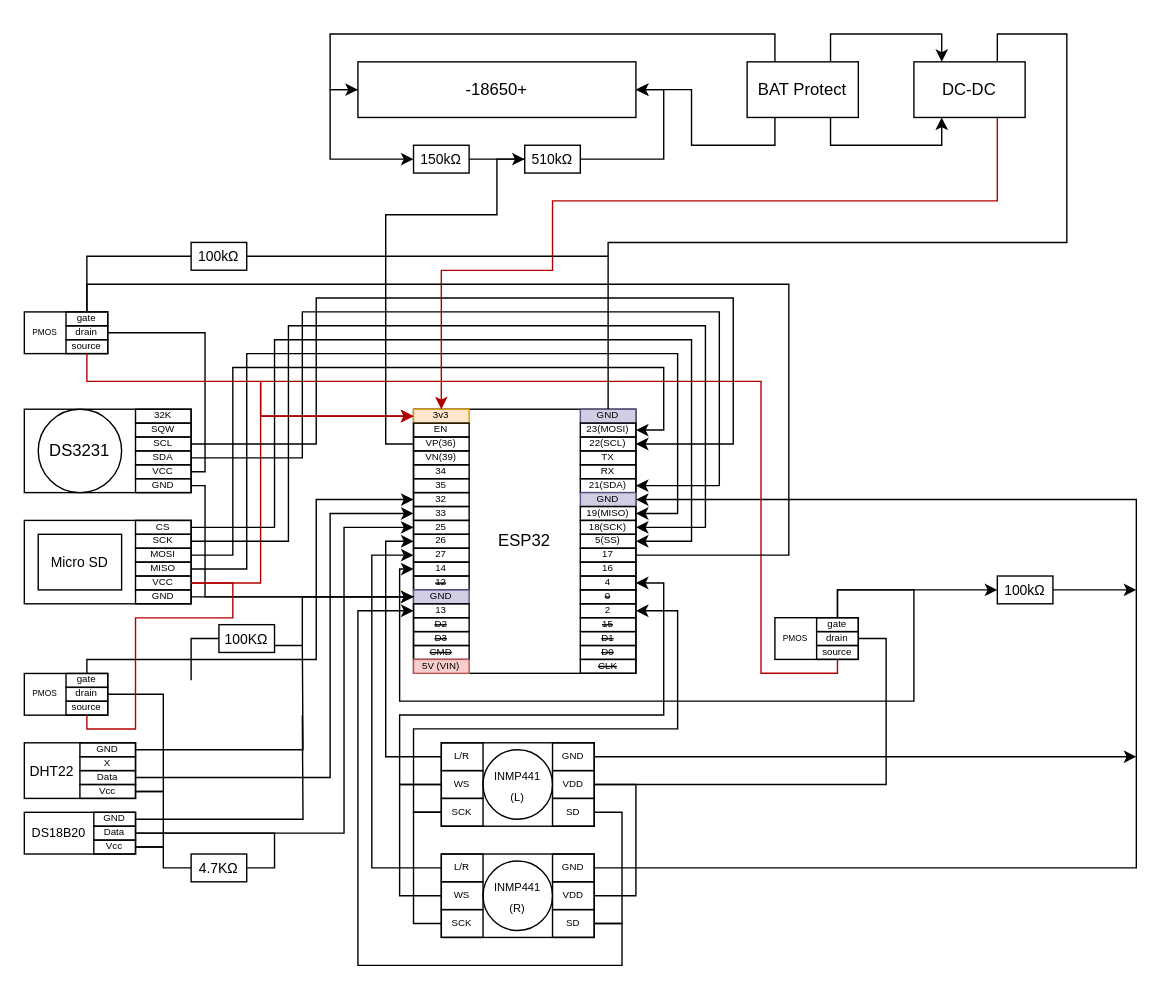
The draw.io diagram v0.1.0_wiring diagram.drawio in Tora0615/WildlifeObservationDevice, before the edit. Source tidied: cells renumbered, new cells numbered last; positions are measured from the earlier drawing's top-left corner, leaving out a move shared by most shapes. Both pictures are drawn from the tidied source at 139%, with x=0, y=0 at pixel (24, 33).
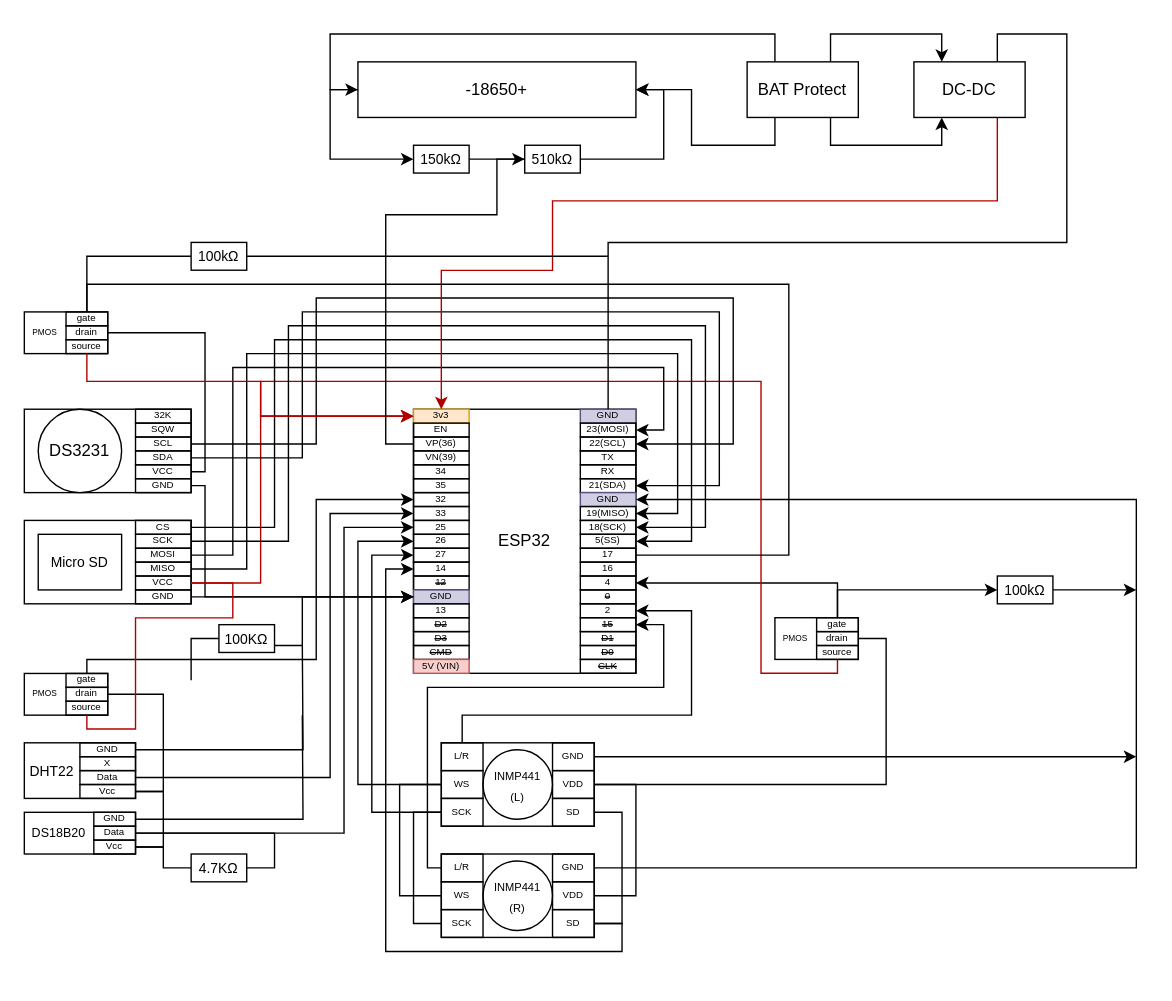
The same diagram, later.

Commit message:
doc : updata wiring

Unchanged cells that the change refers to:
```xml
<mxCell id="10" style="rounded=0;whiteSpace=wrap;html=1;fillColor=none;" parent="4" vertex="1">
  <mxGeometry y="90" width="40" height="10" as="geometry" />
</mxCell>
<mxCell id="53" value="26" style="text;html=1;strokeColor=none;fillColor=none;align=center;verticalAlign=middle;whiteSpace=wrap;rounded=0;fontSize=7;horizontal=1;" parent="43" vertex="1">
  <mxGeometry y="90" width="40" height="10" as="geometry" />
</mxCell>
<mxCell id="54" value="27" style="text;html=1;strokeColor=none;fillColor=none;align=center;verticalAlign=middle;whiteSpace=wrap;rounded=0;fontSize=7;horizontal=1;" parent="43" vertex="1">
  <mxGeometry y="100" width="40" height="10" as="geometry" />
</mxCell>
<mxCell id="55" value="14" style="text;html=1;strokeColor=none;fillColor=none;align=center;verticalAlign=middle;whiteSpace=wrap;rounded=0;fontSize=7;horizontal=1;" parent="43" vertex="1">
  <mxGeometry y="110" width="40" height="10" as="geometry" />
</mxCell>
<mxCell id="58" value="13" style="text;html=1;strokeColor=none;fillColor=none;align=center;verticalAlign=middle;whiteSpace=wrap;rounded=0;fontSize=7;horizontal=1;" parent="43" vertex="1">
  <mxGeometry y="140" width="40" height="10" as="geometry" />
</mxCell>
<mxCell id="75" value="4" style="text;html=1;strokeColor=none;fillColor=none;align=center;verticalAlign=middle;whiteSpace=wrap;rounded=0;fontSize=7;horizontal=1;" parent="43" vertex="1">
  <mxGeometry x="120" y="120" width="40" height="10" as="geometry" />
</mxCell>
<mxCell id="77" value="2" style="text;html=1;strokeColor=none;fillColor=none;align=center;verticalAlign=middle;whiteSpace=wrap;rounded=0;fontSize=7;horizontal=1;" parent="43" vertex="1">
  <mxGeometry x="120" y="140" width="40" height="10" as="geometry" />
</mxCell>
<mxCell id="78" value="&lt;strike&gt;15&lt;/strike&gt;" style="text;html=1;strokeColor=none;fillColor=none;align=center;verticalAlign=middle;whiteSpace=wrap;rounded=0;fontSize=7;horizontal=1;" parent="43" vertex="1">
  <mxGeometry x="120" y="150" width="40" height="10" as="geometry" />
</mxCell>
<mxCell id="121" value="L/R" style="text;html=1;strokeColor=none;fillColor=none;align=center;verticalAlign=middle;whiteSpace=wrap;rounded=0;fontSize=7;horizontal=1;" parent="115" vertex="1">
  <mxGeometry width="30" height="20" as="geometry" />
</mxCell>
<mxCell id="124" style="rounded=0;whiteSpace=wrap;html=1;fillColor=none;" parent="115" vertex="1">
  <mxGeometry y="40" width="30" height="20" as="geometry" />
</mxCell>
<mxCell id="128" style="rounded=0;whiteSpace=wrap;html=1;fillColor=none;" parent="115" vertex="1">
  <mxGeometry y="20" width="30" height="20" as="geometry" />
</mxCell>
<mxCell id="138" value="L/R" style="text;html=1;strokeColor=none;fillColor=none;align=center;verticalAlign=middle;whiteSpace=wrap;rounded=0;fontSize=7;horizontal=1;" parent="132" vertex="1">
  <mxGeometry width="30" height="20" as="geometry" />
</mxCell>
<mxCell id="145" style="rounded=0;whiteSpace=wrap;html=1;fillColor=none;" parent="132" vertex="1">
  <mxGeometry x="80" y="40" width="30" height="20" as="geometry" />
</mxCell>
<mxCell id="155" style="rounded=0;whiteSpace=wrap;html=1;fillColor=none;" parent="148" vertex="1">
  <mxGeometry width="60" height="30" as="geometry" />
</mxCell>
<mxCell id="169" value="&lt;font style=&quot;font-size: 10px;&quot;&gt;100kΩ&lt;/font&gt;" style="rounded=0;whiteSpace=wrap;html=1;" parent="1" vertex="1">
  <mxGeometry x="700" y="389.9" width="40" height="20" as="geometry" />
</mxCell>
```

Change to the diagram source:
```diff
@@
-    <mxCell id="162" style="edgeStyle=orthogonalEdgeStyle;rounded=0;jettySize=auto;html=1;entryX=1;entryY=0.5;entryDx=0;entryDy=0;" parent="1" edge="1" source="128" target="75">
+    <mxCell id="162" style="edgeStyle=orthogonalEdgeStyle;rounded=0;jettySize=auto;html=1;entryX=0;entryY=0.5;entryDx=0;entryDy=0;" parent="1" edge="1" source="128" target="53">
       <mxGeometry relative="1" as="geometry">
         <Array as="points">
-          <mxPoint x="270" y="539.9" />
-          <mxPoint x="270" y="489.9" />
-          <mxPoint x="460" y="489.9" />
-          <mxPoint x="460" y="394.9" />
+          <mxPoint x="240" y="540" />
+          <mxPoint x="240" y="365" />
         </Array>
       </mxGeometry>
     </mxCell>
-    <mxCell id="163" style="edgeStyle=orthogonalEdgeStyle;rounded=0;jettySize=auto;html=1;entryX=1;entryY=0.5;entryDx=0;entryDy=0;" parent="1" edge="1" source="124" target="77">
+    <mxCell id="163" style="edgeStyle=orthogonalEdgeStyle;rounded=0;jettySize=auto;html=1;entryX=0;entryY=0.5;entryDx=0;entryDy=0;" parent="1" edge="1" source="124" target="54">
       <mxGeometry relative="1" as="geometry">
         <Array as="points">
-          <mxPoint x="280" y="559.9" />
-          <mxPoint x="280" y="499.9" />
-          <mxPoint x="470" y="499.9" />
-          <mxPoint x="470" y="414.9" />
+          <mxPoint x="250" y="560" />
+          <mxPoint x="250" y="375" />
         </Array>
       </mxGeometry>
     </mxCell>
-    <mxCell id="164" style="edgeStyle=orthogonalEdgeStyle;rounded=0;jettySize=auto;html=1;entryX=0;entryY=0.5;entryDx=0;entryDy=0;" parent="1" edge="1" source="121" target="10">
+    <mxCell id="164" style="edgeStyle=orthogonalEdgeStyle;rounded=0;jettySize=auto;html=1;entryX=1;entryY=0.5;entryDx=0;entryDy=0;" parent="1" edge="1" source="121" target="77">
       <mxGeometry relative="1" as="geometry">
         <Array as="points">
-          <mxPoint x="260" y="519.9" />
-          <mxPoint x="260" y="364.9" />
+          <mxPoint x="315" y="490" />
+          <mxPoint x="480" y="490" />
+          <mxPoint x="480" y="415" />
         </Array>
       </mxGeometry>
     </mxCell>
-    <mxCell id="165" style="edgeStyle=orthogonalEdgeStyle;rounded=0;jettySize=auto;html=1;entryX=0;entryY=0.5;entryDx=0;entryDy=0;" parent="1" edge="1" source="138" target="54">
+    <mxCell id="165" style="edgeStyle=orthogonalEdgeStyle;rounded=0;jettySize=auto;html=1;entryX=1;entryY=0.5;entryDx=0;entryDy=0;" parent="1" edge="1" source="138" target="78">
       <mxGeometry relative="1" as="geometry">
         <Array as="points">
-          <mxPoint x="250" y="599.9" />
-          <mxPoint x="250" y="374.9" />
+          <mxPoint x="290" y="600" />
+          <mxPoint x="290" y="470" />
+          <mxPoint x="460" y="470" />
+          <mxPoint x="460" y="425" />
         </Array>
       </mxGeometry>
     </mxCell>
-    <mxCell id="166" style="edgeStyle=orthogonalEdgeStyle;rounded=0;jettySize=auto;html=1;exitX=0.75;exitY=0;exitDx=0;exitDy=0;entryX=0;entryY=0.5;entryDx=0;entryDy=0;" parent="1" edge="1" source="155" target="55">
+    <mxCell id="166" style="edgeStyle=orthogonalEdgeStyle;rounded=0;jettySize=auto;html=1;exitX=0.75;exitY=0;exitDx=0;exitDy=0;entryX=1;entryY=0.5;entryDx=0;entryDy=0;" parent="1" edge="1" source="155" target="75">
       <mxGeometry relative="1" as="geometry">
         <Array as="points">
-          <mxPoint x="585" y="399.9" />
-          <mxPoint x="640" y="399.9" />
-          <mxPoint x="640" y="479.9" />
-          <mxPoint x="270" y="479.9" />
-          <mxPoint x="270" y="384.9" />
+          <mxPoint x="585" y="395" />
         </Array>
       </mxGeometry>
     </mxCell>
@@
     <mxCell id="170" style="edgeStyle=orthogonalEdgeStyle;rounded=0;jettySize=auto;html=1;exitX=0.75;exitY=0;exitDx=0;exitDy=0;entryX=0;entryY=0.5;entryDx=0;entryDy=0;" parent="1" edge="1" source="155" target="169">
       <mxGeometry relative="1" as="geometry">
         <Array as="points">
-          <mxPoint x="585" y="399.9" />
+          <mxPoint x="585" y="400" />
         </Array>
       </mxGeometry>
     </mxCell>
@@
-    <mxCell id="254" style="edgeStyle=orthogonalEdgeStyle;rounded=0;jettySize=auto;html=1;entryX=0;entryY=0.5;entryDx=0;entryDy=0;" parent="1" edge="1" source="145" target="58">
+    <mxCell id="254" style="edgeStyle=orthogonalEdgeStyle;rounded=0;jettySize=auto;html=1;entryX=0;entryY=0.5;entryDx=0;entryDy=0;" parent="1" edge="1" source="145" target="55">
       <mxGeometry relative="1" as="geometry">
         <Array as="points">
           <mxPoint x="430" y="640" />
-          <mxPoint x="430" y="670" />
-          <mxPoint x="240" y="670" />
-          <mxPoint x="240" y="415" />
+          <mxPoint x="430" y="660" />
+          <mxPoint x="260" y="660" />
+          <mxPoint x="260" y="385" />
         </Array>
       </mxGeometry>
     </mxCell>
```
